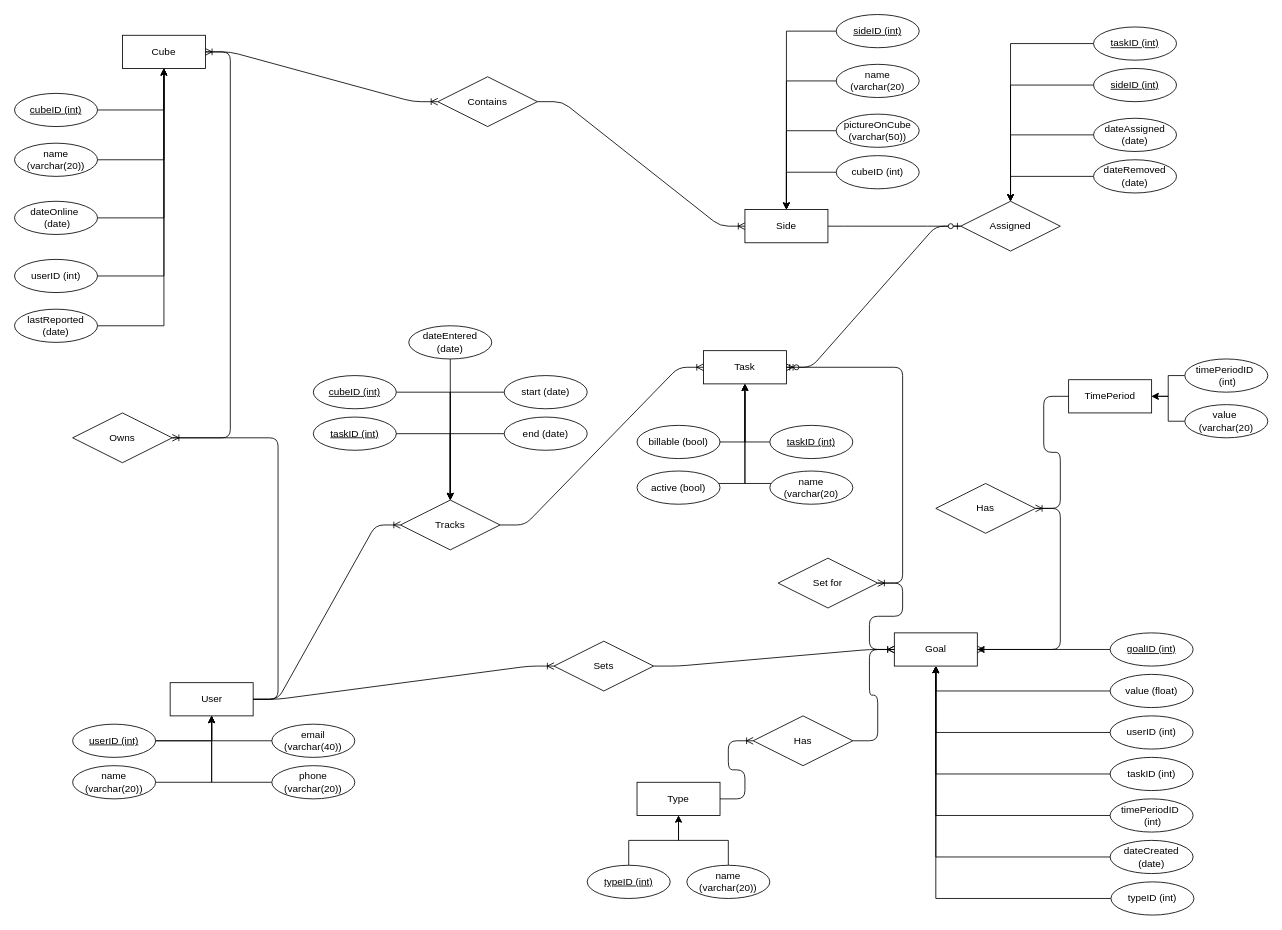
Earlier version of the draw.io diagram DB Class.drawio (diagonalwalnut/COMP3421). Source tidied: cells renumbered, new cells numbered last; positions are measured from the earlier drawing's top-left corner, leaving out a move shared by most shapes. Both pictures are drawn from the tidied source at 83%, with x=0, y=0 at pixel (14, 14).
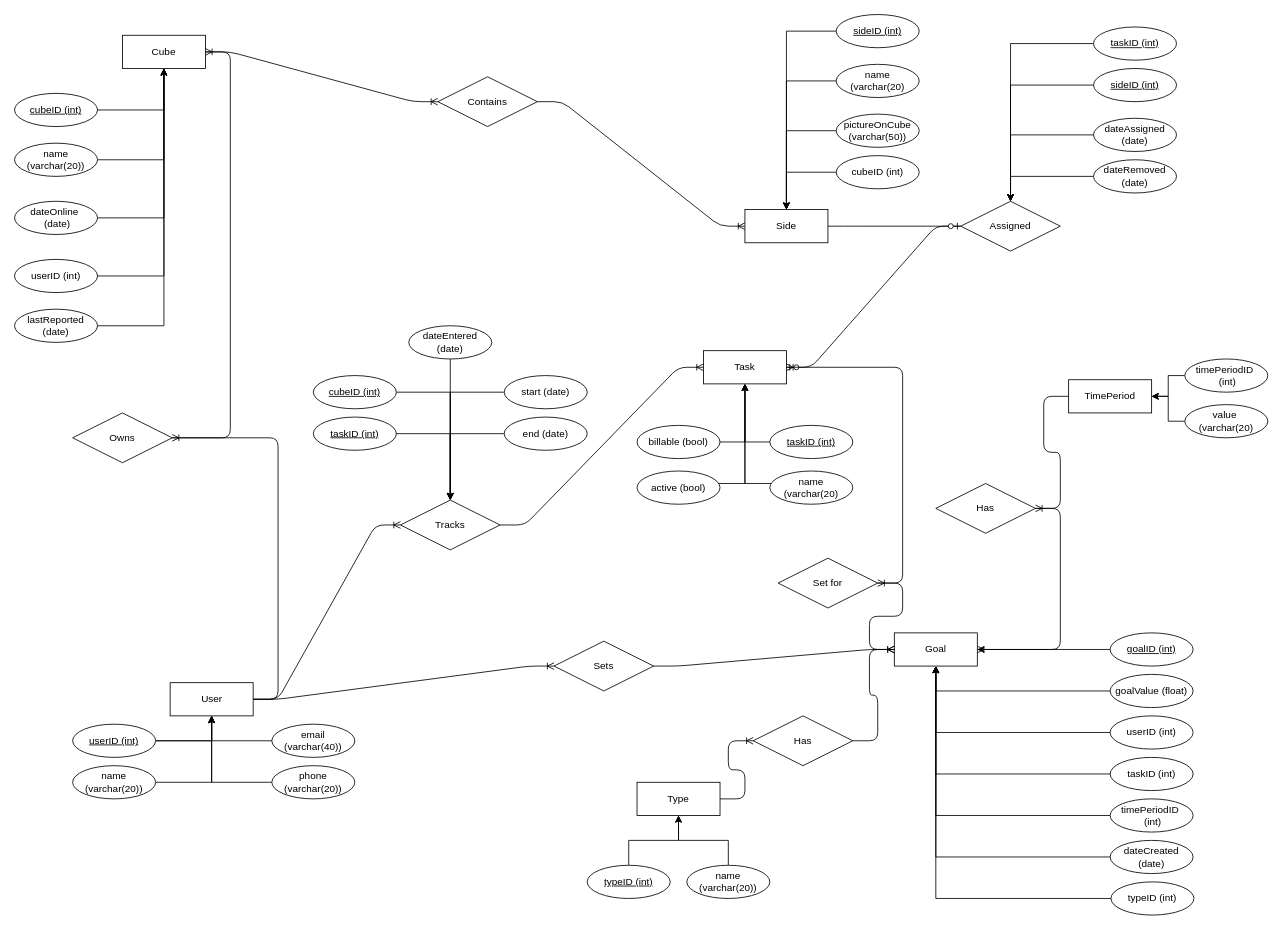
The same page after the edit.

Change to the diagram source:
```diff
@@
-    <mxCell id="79" value="value (float)" style="ellipse;whiteSpace=wrap;html=1;align=center;" parent="1" vertex="1">
+    <mxCell id="79" value="goalValue (float)" style="ellipse;whiteSpace=wrap;html=1;align=center;" parent="1" vertex="1">
       <mxGeometry x="1320" y="795" width="100" height="40" as="geometry" />
     </mxCell>
```
